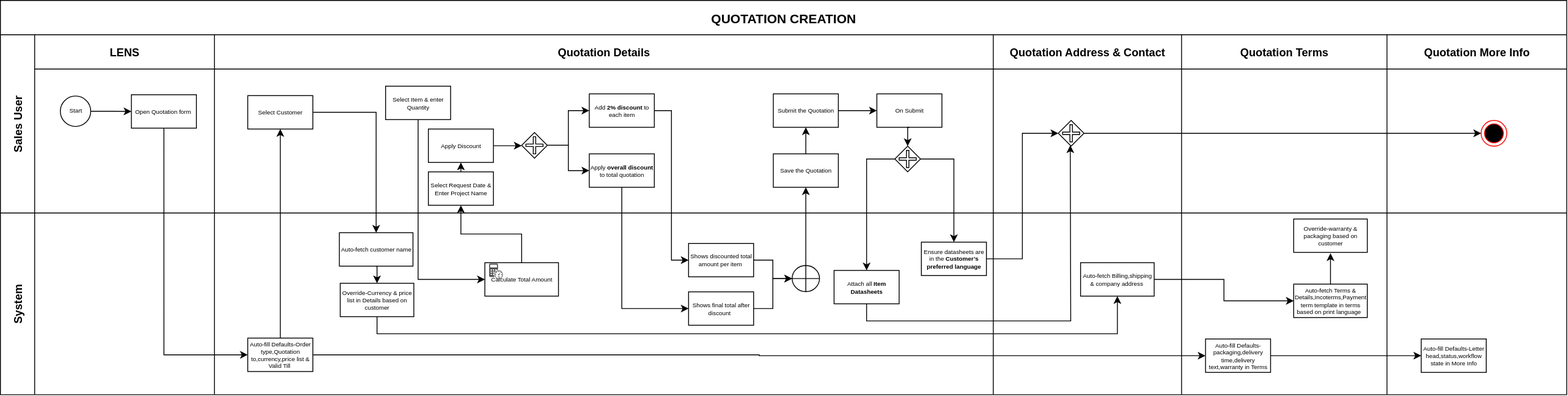
The draw.io diagram SGBCRR/SGBCRR-Quotation BPMN_V1.drawio.svg in Iswariya-LMNAs/Diagrams, before a commit. Source tidied: cells renumbered, new cells last; positions are measured from the earlier drawing's top-left corner, leaving out a move shared by most shapes.
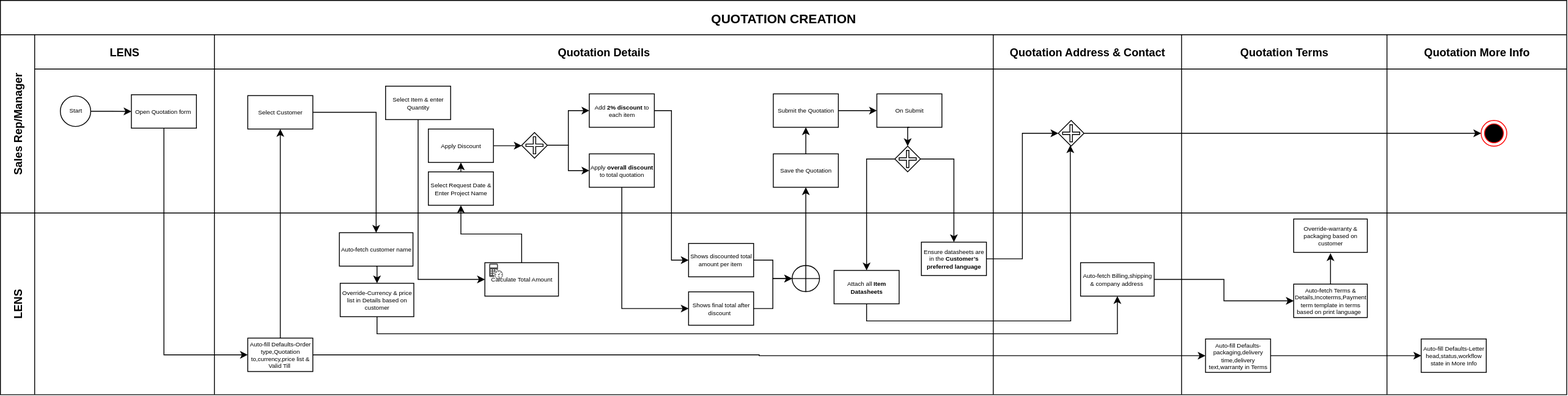
After the change.

Change to the diagram source:
```diff
@@ -5,7 +5,7 @@
     <mxCell id="2" value="QUOTATION CREATION" style="shape=table;startSize=40;fontSize=15;fontStyle=1;" parent="1" vertex="1">
       <mxGeometry width="1830" height="460" as="geometry" />
     </mxCell>
-    <mxCell id="3" value="Sales User" style="shape=tableRow;horizontal=0;swimlaneHead=0;swimlaneBody=0;top=0;left=0;strokeColor=inherit;bottom=0;right=0;fontStyle=1;fillColor=none;startSize=40;fontSize=13;" parent="2" vertex="1">
+    <mxCell id="3" value="Sales Rep/Manager" style="shape=tableRow;horizontal=0;swimlaneHead=0;swimlaneBody=0;top=0;left=0;strokeColor=inherit;bottom=0;right=0;fontStyle=1;fillColor=none;startSize=40;fontSize=13;" parent="2" vertex="1">
       <mxGeometry y="40" width="1830" height="208" as="geometry" />
     </mxCell>
     <mxCell id="4" value="LENS" style="swimlane;swimlaneHead=0;swimlaneBody=0;fontStyle=1;strokeColor=inherit;fillColor=none;startSize=40;fontSize=13;" parent="3" vertex="1">
@@ -47,7 +47,7 @@
     <mxCell id="16" value="Quotation More Info" style="swimlane;swimlaneHead=0;swimlaneBody=0;fontStyle=1;strokeColor=inherit;fillColor=none;startSize=40;fontSize=13;" parent="3" vertex="1">
       <mxGeometry x="1620" width="210" height="208" as="geometry" />
     </mxCell>
-    <mxCell id="17" value="System" style="shape=tableRow;horizontal=0;swimlaneHead=0;swimlaneBody=0;top=0;left=0;strokeColor=inherit;bottom=0;right=0;fontStyle=1;fillColor=none;startSize=40;fontSize=13;" parent="2" vertex="1">
+    <mxCell id="17" value="LENS" style="shape=tableRow;horizontal=0;swimlaneHead=0;swimlaneBody=0;top=0;left=0;strokeColor=inherit;bottom=0;right=0;fontStyle=1;fillColor=none;startSize=40;fontSize=13;" parent="2" vertex="1">
       <mxGeometry y="248" width="1830" height="212" as="geometry" />
     </mxCell>
     <mxCell id="18" style="swimlane;swimlaneHead=0;swimlaneBody=0;fontStyle=1;strokeColor=inherit;fillColor=none;startSize=0;fontSize=13;" parent="17" vertex="1">
```
